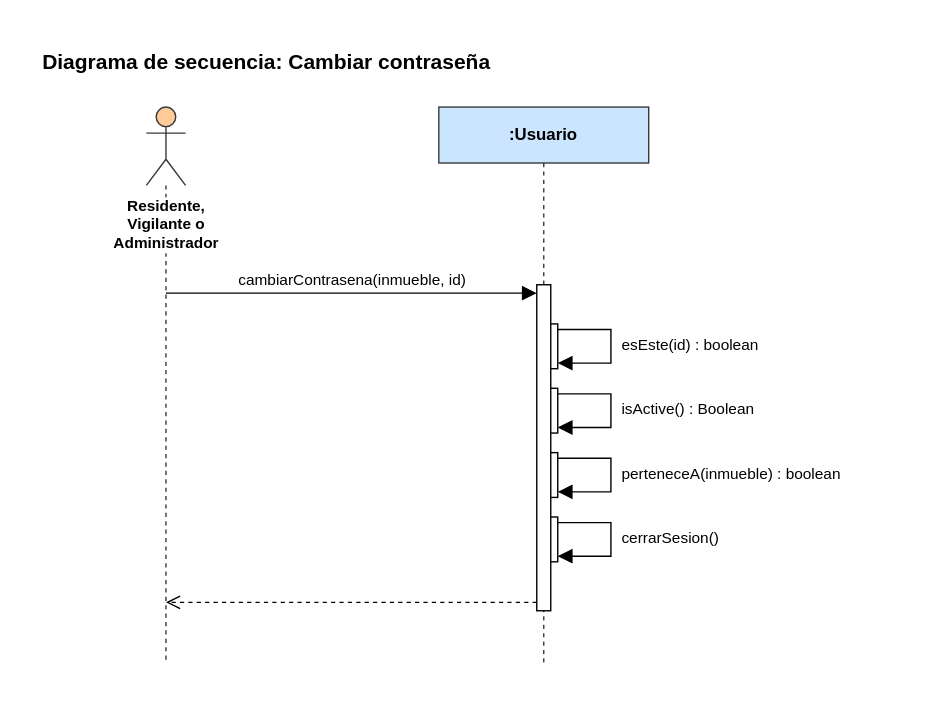
Earlier version of the draw.io export Diagramas/Secuencia/cambiar-contrasena.svg (manuel20051208/HorizontalSoftware-Back-End). Source tidied: cells renumbered, new cells last; positions are measured from the earlier drawing's top-left corner, leaving out a move shared by most shapes.
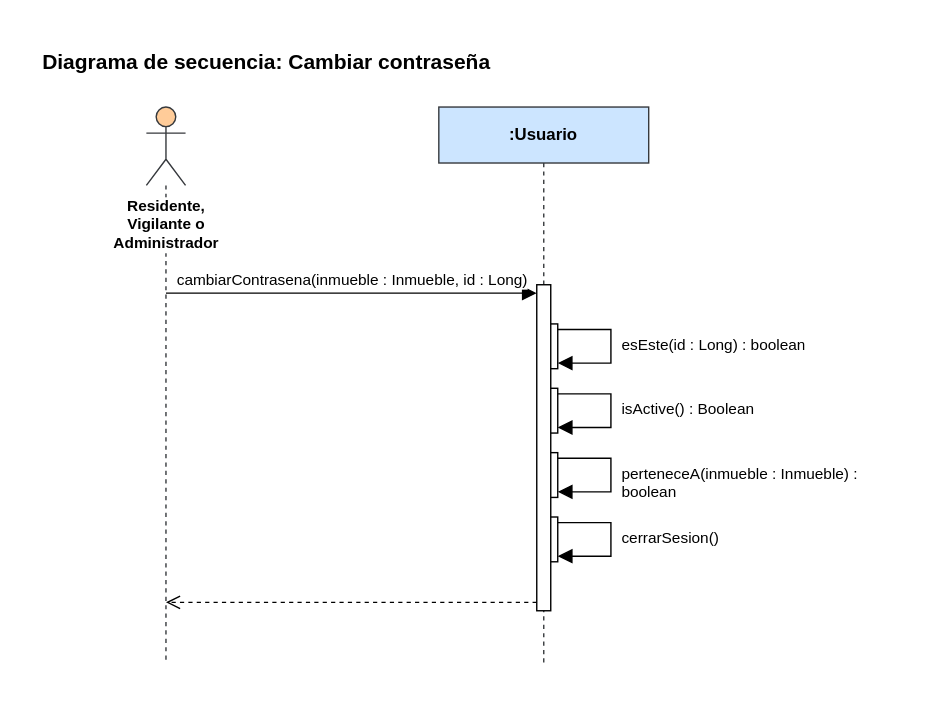
The same file after the commit.

What changed in the source:
```diff
@@ -26,7 +26,7 @@
     <mxCell id="9" style="html=1;points=[];perimeter=orthogonalPerimeter;fillColor=#ffffff;strokeColor=#000000;" parent="1" vertex="1">
       <mxGeometry x="355" y="175" width="10" height="233" as="geometry" />
     </mxCell>
-    <mxCell id="10" value="cambiarContrasena(inmueble, id)" style="html=1;verticalAlign=bottom;rounded=0;fontSize=11;strokeColor=#000000;endArrow=block;endFill=1;endSize=8;exitX=0.5000;exitY=0.3342;exitDx=0;exitDy=0;exitPerimeter=0;entryX=0.0000;entryY=0.0258;entryDx=0;entryDy=0;entryPerimeter=0;" parent="1" edge="1" source="3" target="9">
+    <mxCell id="10" value="cambiarContrasena(inmueble : Inmueble, id : Long)" style="html=1;verticalAlign=bottom;rounded=0;fontSize=11;strokeColor=#000000;endArrow=block;endFill=1;endSize=8;exitX=0.5000;exitY=0.3342;exitDx=0;exitDy=0;exitPerimeter=0;entryX=0.0000;entryY=0.0258;entryDx=0;entryDy=0;entryPerimeter=0;" parent="1" edge="1" source="3" target="9">
       <mxGeometry relative="1" as="geometry" />
     </mxCell>
     <mxCell id="11" style="html=1;rounded=0;endArrow=block;endFill=1;endSize=8;strokeColor=#000000;exitX=1.0000;exitY=0.1250;exitDx=0;exitDy=0;exitPerimeter=0;entryX=1.0000;entryY=0.8750;entryDx=0;entryDy=0;entryPerimeter=0;" parent="1" edge="1" source="5" target="5">
@@ -64,13 +64,13 @@
     <mxCell id="15" style="html=1;verticalAlign=bottom;rounded=0;fontSize=11;strokeColor=#000000;dashed=1;endArrow=open;endFill=0;endSize=8;exitX=0.0000;exitY=0.9742;exitDx=0;exitDy=0;exitPerimeter=0;entryX=0.5000;entryY=0.8894;entryDx=0;entryDy=0;entryPerimeter=0;" parent="1" edge="1" source="9" target="3">
       <mxGeometry relative="1" as="geometry" />
     </mxCell>
-    <mxCell id="16" value="esEste(id) : boolean" style="text;html=1;align=left;verticalAlign=top;whiteSpace=wrap;overflow=hidden;fontSize=11;" parent="1" vertex="1">
+    <mxCell id="16" value="esEste(id : Long) : boolean" style="text;html=1;align=left;verticalAlign=top;whiteSpace=wrap;overflow=hidden;fontSize=11;" parent="1" vertex="1">
       <mxGeometry x="414" y="205" width="185" height="28" as="geometry" />
     </mxCell>
     <mxCell id="17" value="isActive() : Boolean" style="text;html=1;align=left;verticalAlign=top;whiteSpace=wrap;overflow=hidden;fontSize=11;" parent="1" vertex="1">
       <mxGeometry x="414" y="251" width="185" height="28" as="geometry" />
     </mxCell>
-    <mxCell id="18" value="perteneceA(inmueble) : boolean" style="text;html=1;align=left;verticalAlign=top;whiteSpace=wrap;overflow=hidden;fontSize=11;" parent="1" vertex="1">
+    <mxCell id="18" value="perteneceA(inmueble : Inmueble) : boolean" style="text;html=1;align=left;verticalAlign=top;whiteSpace=wrap;overflow=hidden;fontSize=11;" parent="1" vertex="1">
       <mxGeometry x="414" y="297" width="185" height="28" as="geometry" />
     </mxCell>
     <mxCell id="19" value="cerrarSesion()" style="text;html=1;align=left;verticalAlign=top;whiteSpace=wrap;overflow=hidden;fontSize=11;" parent="1" vertex="1">
```
